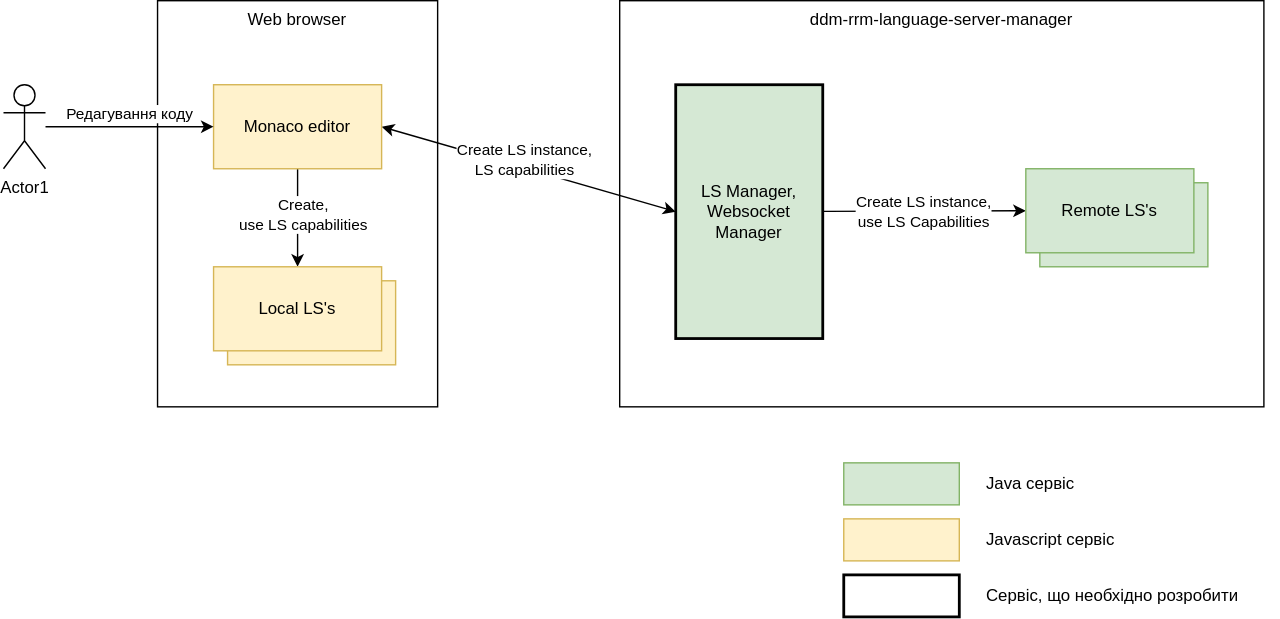
This is modules/tech/images/architecture-workspace/platform-evolution/bpmnio-groovy-editor/bp-groovy-script-editor.svg from epam/edp-ddm-architecture, a draw.io export, as it was before one commit. Source tidied: cells renumbered, new cells last; positions are measured from the earlier drawing's top-left corner, leaving out a move shared by most shapes.
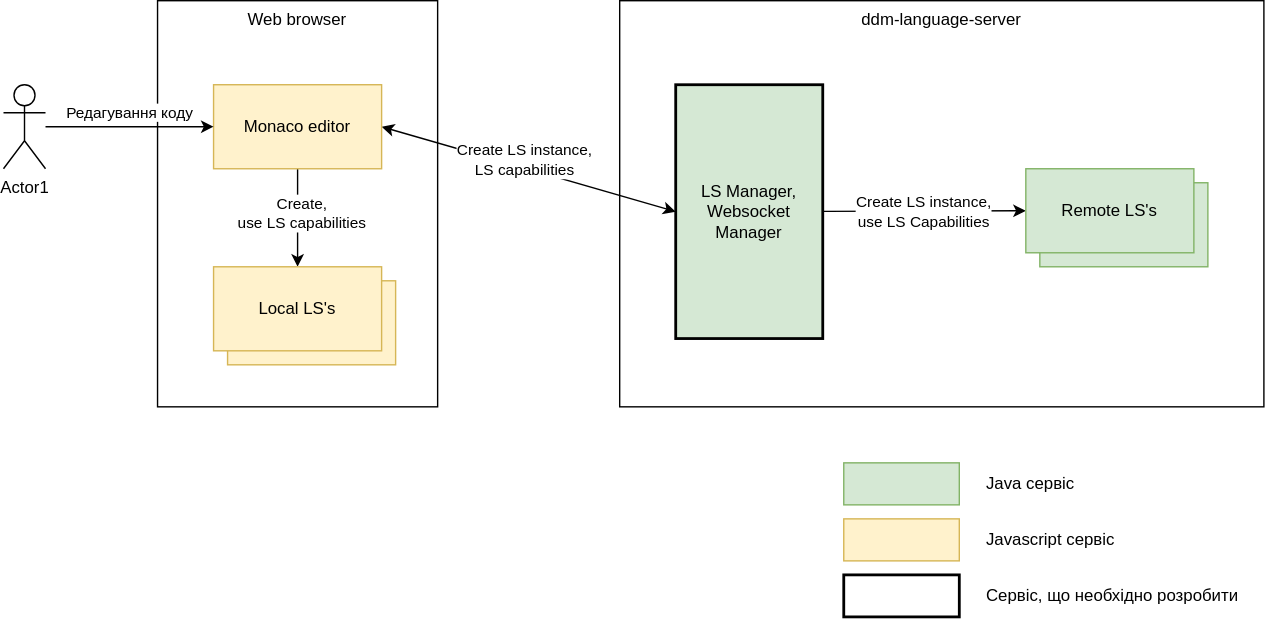
Above is the later version.

Commit message:
[EDP-DDM-21852] Add groovy script editor documentation

The edit, as a diff of the source:
```diff
@@ -2,7 +2,7 @@
   <root>
     <mxCell id="0" />
     <mxCell id="1" parent="0" />
-    <mxCell id="2" value="ddm-rrm-language-server-manager" style="rounded=0;whiteSpace=wrap;html=1;verticalAlign=top;" parent="1" vertex="1">
+    <mxCell id="2" value="ddm-language-server" style="rounded=0;whiteSpace=wrap;html=1;verticalAlign=top;" parent="1" vertex="1">
       <mxGeometry x="440" width="460" height="290" as="geometry" />
     </mxCell>
     <mxCell id="3" value="Web browser" style="rounded=0;whiteSpace=wrap;html=1;verticalAlign=top;" parent="1" vertex="1">
```
